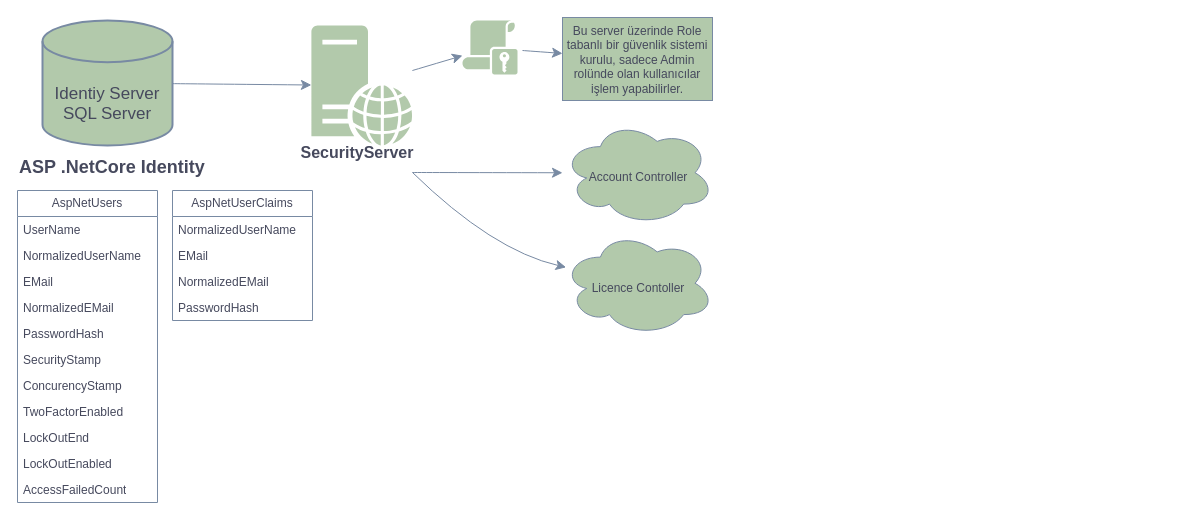
Above: Başlıksız Diyagram.drawio in gvardal/drawio (draw.io), before the change. Source tidied: cells renumbered, new cells numbered last; positions are measured from the earlier drawing's top-left corner, leaving out a move shared by most shapes. Both pictures are drawn from the tidied source at 100%, with x=0, y=0 at pixel (17, 17).
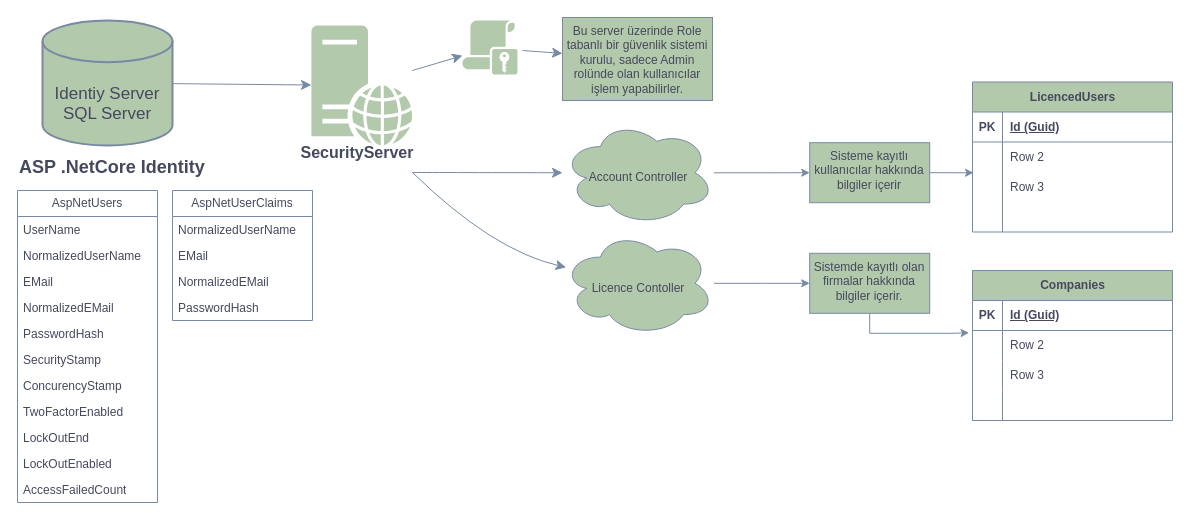
After the change.

The change refers to these unchanged cells:
```xml
<mxCell id="30" value="&lt;div&gt;&lt;br&gt;&lt;/div&gt;&lt;div&gt;&lt;br&gt;&lt;/div&gt;&lt;div&gt;&lt;br&gt;&lt;/div&gt;&lt;div&gt;Account Controller&lt;/div&gt;" style="ellipse;shape=cloud;whiteSpace=wrap;html=1;verticalAlign=top;fillColor=#B2C9AB;strokeColor=#788AA3;sketch=0;shadow=0;dashed=0;labelBackgroundColor=none;fontColor=#46495D;" parent="1" vertex="1">
  <mxGeometry x="545" y="103" width="151.5" height="104.5" as="geometry" />
</mxCell>
<mxCell id="31" value="&lt;div&gt;&lt;br&gt;&lt;/div&gt;&lt;div&gt;&lt;br&gt;&lt;/div&gt;&lt;div&gt;&lt;br&gt;&lt;/div&gt;&lt;div&gt;Licence Contoller&lt;/div&gt;" style="ellipse;shape=cloud;whiteSpace=wrap;html=1;verticalAlign=top;fillColor=#B2C9AB;strokeColor=#788AA3;sketch=0;shadow=0;dashed=0;labelBackgroundColor=none;fontColor=#46495D;" parent="1" vertex="1">
  <mxGeometry x="545" y="213.5" width="151.5" height="104.5" as="geometry" />
</mxCell>
```

Diff of the diagram source:
```diff
@@
+    <mxCell id="32" style="edgeStyle=orthogonalEdgeStyle;rounded=0;jettySize=auto;html=1;labelBackgroundColor=none;strokeColor=#788AA3;fontColor=default;" parent="1" edge="1" source="30" target="34">
+      <mxGeometry relative="1" as="geometry" />
+    </mxCell>
@@
+    <mxCell id="33" style="edgeStyle=orthogonalEdgeStyle;rounded=0;jettySize=auto;html=1;labelBackgroundColor=none;strokeColor=#788AA3;fontColor=default;" parent="1" edge="1" source="31" target="36">
+      <mxGeometry relative="1" as="geometry" />
+    </mxCell>
@@
+    <mxCell id="34" value="Sisteme kayıtlı kullanıcılar hakkında bilgiler içerir" style="whiteSpace=wrap;html=1;verticalAlign=top;fillColor=#B2C9AB;strokeColor=#788AA3;fontColor=#46495D;sketch=0;shadow=0;dashed=0;labelBackgroundColor=none;" parent="1" vertex="1">
+      <mxGeometry x="792.2" y="125.2" width="120" height="60" as="geometry" />
+    </mxCell>
+    <mxCell id="35" style="edgeStyle=orthogonalEdgeStyle;rounded=0;jettySize=auto;html=1;strokeColor=#788AA3;fontColor=#46495D;fillColor=#B2C9AB;entryX=-0.017;entryY=0.075;entryDx=0;entryDy=0;entryPerimeter=0;" parent="1" edge="1" source="36" target="41">
+      <mxGeometry relative="1" as="geometry" />
+    </mxCell>
+    <mxCell id="36" value="Sistemde kayıtlı olan firmalar hakkında bilgiler içerir." style="whiteSpace=wrap;html=1;verticalAlign=top;fillColor=#B2C9AB;strokeColor=#788AA3;fontColor=#46495D;sketch=0;shadow=0;dashed=0;labelBackgroundColor=none;" parent="1" vertex="1">
+      <mxGeometry x="792.2" y="235.8" width="120" height="60" as="geometry" />
+    </mxCell>
+    <mxCell id="37" value="Companies" style="shape=table;startSize=30;childLayout=tableLayout;rowLines=0;fontStyle=1;align=center;html=1;labelBackgroundColor=none;fillColor=#B2C9AB;strokeColor=#788AA3;fontColor=#46495D;" parent="1" vertex="1">
+      <mxGeometry x="955" y="253" width="200" height="150" as="geometry" />
+    </mxCell>
+    <mxCell id="38" style="shape=tableRow;horizontal=0;startSize=0;swimlaneHead=0;swimlaneBody=0;fillColor=none;points=[[0,0.5],[1,0.5]];portConstraint=eastwest;top=0;left=0;right=0;bottom=1;labelBackgroundColor=none;strokeColor=#788AA3;fontColor=#46495D;" parent="37" vertex="1">
+      <mxGeometry y="30" width="200" height="30" as="geometry" />
+    </mxCell>
+    <mxCell id="39" value="PK" style="shape=partialRectangle;fillColor=none;top=0;left=0;bottom=0;right=0;fontStyle=1;overflow=hidden;whiteSpace=wrap;html=1;labelBackgroundColor=none;strokeColor=#788AA3;fontColor=#46495D;" parent="38" vertex="1">
+      <mxGeometry width="30" height="30" as="geometry" />
+    </mxCell>
+    <mxCell id="40" value="Id (Guid)" style="shape=partialRectangle;fillColor=none;top=0;left=0;bottom=0;right=0;align=left;spacingLeft=6;fontStyle=5;overflow=hidden;whiteSpace=wrap;html=1;labelBackgroundColor=none;strokeColor=#788AA3;fontColor=#46495D;" parent="38" vertex="1">
+      <mxGeometry x="30" width="170" height="30" as="geometry" />
+    </mxCell>
+    <mxCell id="41" style="shape=tableRow;horizontal=0;startSize=0;swimlaneHead=0;swimlaneBody=0;fillColor=none;points=[[0,0.5],[1,0.5]];portConstraint=eastwest;top=0;left=0;right=0;bottom=0;labelBackgroundColor=none;strokeColor=#788AA3;fontColor=#46495D;" parent="37" vertex="1">
+      <mxGeometry y="60" width="200" height="30" as="geometry" />
+    </mxCell>
+    <mxCell id="42" style="shape=partialRectangle;fillColor=none;top=0;left=0;bottom=0;right=0;overflow=hidden;whiteSpace=wrap;html=1;labelBackgroundColor=none;strokeColor=#788AA3;fontColor=#46495D;" parent="41" vertex="1">
+      <mxGeometry width="30" height="30" as="geometry" />
+    </mxCell>
+    <mxCell id="43" value="Row 2" style="shape=partialRectangle;fillColor=none;top=0;left=0;bottom=0;right=0;align=left;spacingLeft=6;overflow=hidden;whiteSpace=wrap;html=1;labelBackgroundColor=none;strokeColor=#788AA3;fontColor=#46495D;" parent="41" vertex="1">
+      <mxGeometry x="30" width="170" height="30" as="geometry" />
+    </mxCell>
+    <mxCell id="44" style="shape=tableRow;horizontal=0;startSize=0;swimlaneHead=0;swimlaneBody=0;fillColor=none;top=0;left=0;right=0;bottom=0;labelBackgroundColor=none;strokeColor=#788AA3;fontColor=#46495D;" parent="37" vertex="1">
+      <mxGeometry y="90" width="200" height="30" as="geometry" />
+    </mxCell>
+    <mxCell id="45" style="shape=partialRectangle;fillColor=none;top=0;left=0;bottom=0;right=0;overflow=hidden;whiteSpace=wrap;html=1;labelBackgroundColor=none;strokeColor=#788AA3;fontColor=#46495D;" parent="44" vertex="1">
+      <mxGeometry width="30" height="30" as="geometry" />
+    </mxCell>
+    <mxCell id="46" value="Row 3" style="shape=partialRectangle;fillColor=none;top=0;left=0;bottom=0;right=0;align=left;spacingLeft=6;overflow=hidden;whiteSpace=wrap;html=1;labelBackgroundColor=none;strokeColor=#788AA3;fontColor=#46495D;" parent="44" vertex="1">
+      <mxGeometry x="30" width="170" height="30" as="geometry" />
+    </mxCell>
+    <mxCell id="47" style="shape=tableRow;horizontal=0;startSize=0;swimlaneHead=0;swimlaneBody=0;fillColor=none;top=0;left=0;right=0;bottom=0;labelBackgroundColor=none;strokeColor=#788AA3;fontColor=#46495D;" parent="37" vertex="1">
+      <mxGeometry y="120" width="200" height="30" as="geometry" />
+    </mxCell>
+    <mxCell id="48" style="shape=partialRectangle;fillColor=none;top=0;left=0;bottom=0;right=0;overflow=hidden;whiteSpace=wrap;html=1;labelBackgroundColor=none;strokeColor=#788AA3;fontColor=#46495D;" parent="47" vertex="1">
+      <mxGeometry width="30" height="30" as="geometry" />
+    </mxCell>
+    <mxCell id="49" style="shape=partialRectangle;fillColor=none;top=0;left=0;bottom=0;right=0;align=left;spacingLeft=6;overflow=hidden;whiteSpace=wrap;html=1;labelBackgroundColor=none;strokeColor=#788AA3;fontColor=#46495D;" parent="47" vertex="1">
+      <mxGeometry x="30" width="170" height="30" as="geometry" />
+    </mxCell>
+    <mxCell id="50" value="LicencedUsers" style="shape=table;startSize=30;childLayout=tableLayout;rowLines=0;fontStyle=1;align=center;html=1;labelBackgroundColor=none;fillColor=#B2C9AB;strokeColor=#788AA3;fontColor=#46495D;" parent="1" vertex="1">
+      <mxGeometry x="955" y="64.5" width="200" height="150" as="geometry" />
+    </mxCell>
+    <mxCell id="51" style="shape=tableRow;horizontal=0;startSize=0;swimlaneHead=0;swimlaneBody=0;fillColor=none;top=0;left=0;right=0;bottom=1;labelBackgroundColor=none;strokeColor=#788AA3;fontColor=#46495D;" parent="50" vertex="1">
+      <mxGeometry y="30" width="200" height="30" as="geometry" />
+    </mxCell>
+    <mxCell id="52" value="PK" style="shape=partialRectangle;fillColor=none;top=0;left=0;bottom=0;right=0;fontStyle=1;overflow=hidden;whiteSpace=wrap;html=1;labelBackgroundColor=none;strokeColor=#788AA3;fontColor=#46495D;" parent="51" vertex="1">
+      <mxGeometry width="30" height="30" as="geometry" />
+    </mxCell>
+    <mxCell id="53" value="Id (Guid)" style="shape=partialRectangle;fillColor=none;top=0;left=0;bottom=0;right=0;align=left;spacingLeft=6;fontStyle=5;overflow=hidden;whiteSpace=wrap;html=1;labelBackgroundColor=none;strokeColor=#788AA3;fontColor=#46495D;" parent="51" vertex="1">
+      <mxGeometry x="30" width="170" height="30" as="geometry" />
+    </mxCell>
+    <mxCell id="54" style="shape=tableRow;horizontal=0;startSize=0;swimlaneHead=0;swimlaneBody=0;fillColor=none;top=0;left=0;right=0;bottom=0;labelBackgroundColor=none;strokeColor=#788AA3;fontColor=#46495D;" parent="50" vertex="1">
+      <mxGeometry y="60" width="200" height="30" as="geometry" />
+    </mxCell>
+    <mxCell id="55" style="shape=partialRectangle;fillColor=none;top=0;left=0;bottom=0;right=0;overflow=hidden;whiteSpace=wrap;html=1;labelBackgroundColor=none;strokeColor=#788AA3;fontColor=#46495D;" parent="54" vertex="1">
+      <mxGeometry width="30" height="30" as="geometry" />
+    </mxCell>
+    <mxCell id="56" value="Row 2" style="shape=partialRectangle;fillColor=none;top=0;left=0;bottom=0;right=0;align=left;spacingLeft=6;overflow=hidden;whiteSpace=wrap;html=1;labelBackgroundColor=none;strokeColor=#788AA3;fontColor=#46495D;" parent="54" vertex="1">
+      <mxGeometry x="30" width="170" height="30" as="geometry" />
+    </mxCell>
+    <mxCell id="57" style="shape=tableRow;horizontal=0;startSize=0;swimlaneHead=0;swimlaneBody=0;fillColor=none;points=[[0,0.5],[1,0.5]];portConstraint=eastwest;top=0;left=0;right=0;bottom=0;labelBackgroundColor=none;strokeColor=#788AA3;fontColor=#46495D;" parent="50" vertex="1">
+      <mxGeometry y="90" width="200" height="30" as="geometry" />
+    </mxCell>
+    <mxCell id="58" style="shape=partialRectangle;fillColor=none;top=0;left=0;bottom=0;right=0;overflow=hidden;whiteSpace=wrap;html=1;labelBackgroundColor=none;strokeColor=#788AA3;fontColor=#46495D;" parent="57" vertex="1">
+      <mxGeometry width="30" height="30" as="geometry" />
+    </mxCell>
+    <mxCell id="59" value="Row 3" style="shape=partialRectangle;fillColor=none;top=0;left=0;bottom=0;right=0;align=left;spacingLeft=6;overflow=hidden;whiteSpace=wrap;html=1;labelBackgroundColor=none;strokeColor=#788AA3;fontColor=#46495D;" parent="57" vertex="1">
+      <mxGeometry x="30" width="170" height="30" as="geometry" />
+    </mxCell>
+    <mxCell id="60" style="shape=tableRow;horizontal=0;startSize=0;swimlaneHead=0;swimlaneBody=0;fillColor=none;top=0;left=0;right=0;bottom=0;labelBackgroundColor=none;strokeColor=#788AA3;fontColor=#46495D;" parent="50" vertex="1">
+      <mxGeometry y="120" width="200" height="30" as="geometry" />
+    </mxCell>
+    <mxCell id="61" style="shape=partialRectangle;fillColor=none;top=0;left=0;bottom=0;right=0;overflow=hidden;whiteSpace=wrap;html=1;labelBackgroundColor=none;strokeColor=#788AA3;fontColor=#46495D;" parent="60" vertex="1">
+      <mxGeometry width="30" height="30" as="geometry" />
+    </mxCell>
+    <mxCell id="62" style="shape=partialRectangle;fillColor=none;top=0;left=0;bottom=0;right=0;align=left;spacingLeft=6;overflow=hidden;whiteSpace=wrap;html=1;labelBackgroundColor=none;strokeColor=#788AA3;fontColor=#46495D;" parent="60" vertex="1">
+      <mxGeometry x="30" width="170" height="30" as="geometry" />
+    </mxCell>
+    <mxCell id="63" style="endArrow=classic;html=1;rounded=0;strokeColor=#788AA3;fontColor=#46495D;fillColor=#B2C9AB;exitX=1;exitY=0.5;exitDx=0;exitDy=0;entryX=0.005;entryY=0.026;entryDx=0;entryDy=0;entryPerimeter=0;" parent="1" edge="1" source="34" target="57">
+      <mxGeometry relative="1" as="geometry" />
+    </mxCell>
+    <mxCell id="64" style="edgeStyle=orthogonalEdgeStyle;rounded=0;jettySize=auto;html=1;entryX=1;entryY=0.5;entryDx=0;entryDy=0;strokeColor=#788AA3;fontColor=#46495D;fillColor=#B2C9AB;" parent="1" edge="1" target="38">
+      <mxGeometry relative="1" as="geometry">
+        <Array as="points">
+          <mxPoint x="1215" y="110" />
+          <mxPoint x="1215" y="284" />
+        </Array>
+      </mxGeometry>
+    </mxCell>
```
